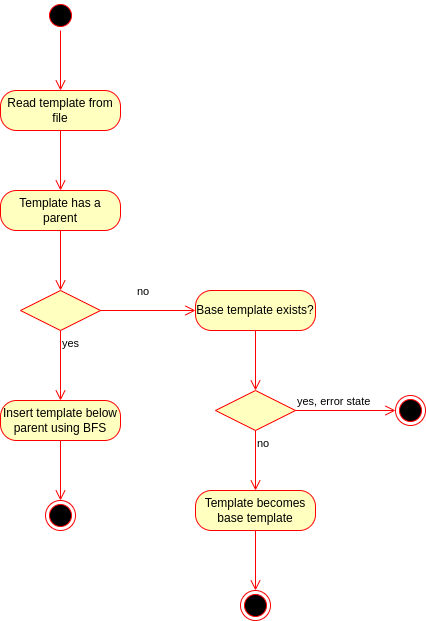
This is src/img/insert_template_acty.png from ThymoNL/thesis, a draw.io export, as it was before one commit. Source tidied: cells renumbered, new cells last; positions are measured from the earlier drawing's top-left corner, leaving out a move shared by most shapes.
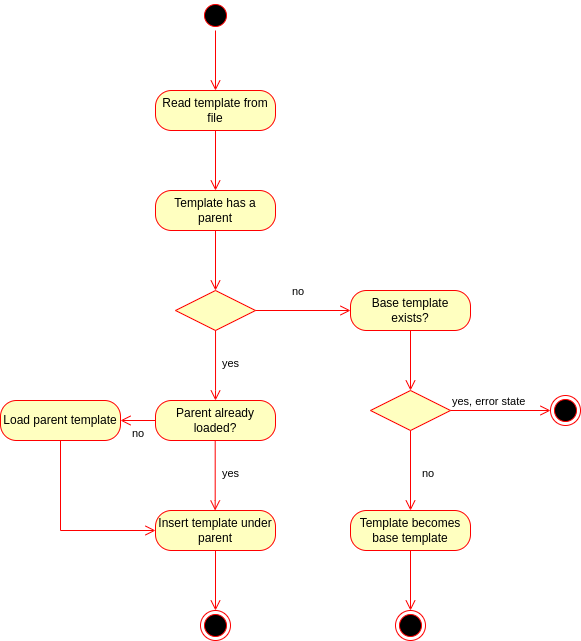
The same file after the commit.

Diff of the diagram source:
```diff
@@ -3,7 +3,7 @@
     <mxCell id="0" />
     <mxCell id="1" parent="0" />
     <mxCell id="2" style="ellipse;html=1;shape=endState;fillColor=#000000;strokeColor=#ff0000;" parent="1" vertex="1">
-      <mxGeometry x="240" y="590" width="30" height="30" as="geometry" />
+      <mxGeometry x="240" y="610" width="30" height="30" as="geometry" />
     </mxCell>
     <mxCell id="3" style="ellipse;html=1;shape=startState;fillColor=#000000;strokeColor=#ff0000;" parent="1" vertex="1">
       <mxGeometry x="45" width="30" height="30" as="geometry" />
@@ -36,14 +36,14 @@
       </mxGeometry>
     </mxCell>
     <mxCell id="11" value="yes" style="edgeStyle=orthogonalEdgeStyle;html=1;align=left;verticalAlign=top;endArrow=open;endSize=8;strokeColor=#ff0000;rounded=0;" parent="1" edge="1" source="9">
-      <mxGeometry x="-1" relative="1" as="geometry">
+      <mxGeometry x="-0.43" y="5" relative="1" as="geometry">
         <mxPoint x="60" y="400" as="targetPoint" />
         <Array as="points">
           <mxPoint x="60" y="390" />
         </Array>
       </mxGeometry>
     </mxCell>
-    <mxCell id="12" value="Base template exists?" style="rounded=1;whiteSpace=wrap;html=1;arcSize=40;fontColor=#000000;fillColor=#ffffc0;strokeColor=#ff0000;" parent="1" vertex="1">
+    <mxCell id="12" value="Base template&lt;br&gt;exists?" style="rounded=1;whiteSpace=wrap;html=1;arcSize=40;fontColor=#000000;fillColor=#ffffc0;strokeColor=#ff0000;" parent="1" vertex="1">
       <mxGeometry x="195" y="290" width="120" height="40" as="geometry" />
     </mxCell>
     <mxCell id="13" style="edgeStyle=orthogonalEdgeStyle;html=1;verticalAlign=bottom;endArrow=open;endSize=8;strokeColor=#ff0000;rounded=0;" parent="1" edge="1" source="12">
@@ -59,32 +59,55 @@
         <mxPoint x="395" y="410" as="targetPoint" />
       </mxGeometry>
     </mxCell>
-    <mxCell id="16" value="no" style="edgeStyle=orthogonalEdgeStyle;html=1;align=left;verticalAlign=top;endArrow=open;endSize=8;strokeColor=#ff0000;rounded=0;" parent="1" edge="1" source="14">
-      <mxGeometry x="-1" relative="1" as="geometry">
-        <mxPoint x="255" y="490" as="targetPoint" />
-      </mxGeometry>
+    <mxCell id="16" value="no" style="edgeStyle=orthogonalEdgeStyle;html=1;align=left;verticalAlign=top;endArrow=open;endSize=8;strokeColor=#ff0000;rounded=0;" parent="1" edge="1" source="14" target="18">
+      <mxGeometry x="-0.25" y="10" relative="1" as="geometry" />
     </mxCell>
     <mxCell id="17" style="ellipse;html=1;shape=endState;fillColor=#000000;strokeColor=#ff0000;" parent="1" vertex="1">
       <mxGeometry x="395" y="395" width="30" height="30" as="geometry" />
     </mxCell>
     <mxCell id="18" value="Template becomes base template" style="rounded=1;whiteSpace=wrap;html=1;arcSize=40;fontColor=#000000;fillColor=#ffffc0;strokeColor=#ff0000;" parent="1" vertex="1">
-      <mxGeometry x="195" y="490" width="120" height="40" as="geometry" />
+      <mxGeometry x="195" y="510" width="120" height="40" as="geometry" />
     </mxCell>
     <mxCell id="19" style="edgeStyle=orthogonalEdgeStyle;html=1;verticalAlign=bottom;endArrow=open;endSize=8;strokeColor=#ff0000;rounded=0;" parent="1" edge="1" source="18">
       <mxGeometry relative="1" as="geometry">
-        <mxPoint x="255" y="590" as="targetPoint" />
+        <mxPoint x="255" y="610" as="targetPoint" />
       </mxGeometry>
     </mxCell>
-    <mxCell id="20" value="Insert template below parent using BFS" style="rounded=1;whiteSpace=wrap;html=1;arcSize=40;fontColor=#000000;fillColor=#ffffc0;strokeColor=#ff0000;" parent="1" vertex="1">
-      <mxGeometry y="400" width="120" height="40" as="geometry" />
+    <mxCell id="20" value="Insert template under parent" style="rounded=1;whiteSpace=wrap;html=1;arcSize=40;fontColor=#000000;fillColor=#ffffc0;strokeColor=#ff0000;" parent="1" vertex="1">
+      <mxGeometry y="510" width="120" height="40" as="geometry" />
     </mxCell>
     <mxCell id="21" style="edgeStyle=orthogonalEdgeStyle;html=1;verticalAlign=bottom;endArrow=open;endSize=8;strokeColor=#ff0000;rounded=0;" parent="1" edge="1" source="20">
       <mxGeometry relative="1" as="geometry">
-        <mxPoint x="60" y="500" as="targetPoint" />
+        <mxPoint x="60" y="610" as="targetPoint" />
       </mxGeometry>
     </mxCell>
     <mxCell id="22" style="ellipse;html=1;shape=endState;fillColor=#000000;strokeColor=#ff0000;" parent="1" vertex="1">
-      <mxGeometry x="45" y="500" width="30" height="30" as="geometry" />
+      <mxGeometry x="45" y="610" width="30" height="30" as="geometry" />
     </mxCell>
+    <mxCell id="23" value="Parent already loaded?" style="rounded=1;whiteSpace=wrap;html=1;arcSize=40;fontColor=#000000;fillColor=#ffffc0;strokeColor=#ff0000;" parent="1" vertex="1">
+      <mxGeometry y="400" width="120" height="40" as="geometry" />
+    </mxCell>
+    <mxCell id="24" value="yes" style="edgeStyle=orthogonalEdgeStyle;html=1;align=left;verticalAlign=top;endArrow=open;endSize=8;strokeColor=#ff0000;rounded=0;" parent="1" edge="1">
+      <mxGeometry x="-0.43" y="5" relative="1" as="geometry">
+        <mxPoint x="59.7" y="440" as="sourcePoint" />
+        <mxPoint x="59.7" y="510" as="targetPoint" />
+        <Array as="points">
+          <mxPoint x="59.7" y="500" />
+        </Array>
+      </mxGeometry>
+    </mxCell>
+    <mxCell id="25" value="Load parent template" style="rounded=1;whiteSpace=wrap;html=1;arcSize=40;fontColor=#000000;fillColor=#ffffc0;strokeColor=#ff0000;" parent="1" vertex="1">
+      <mxGeometry x="-155" y="400" width="120" height="40" as="geometry" />
+    </mxCell>
+    <mxCell id="26" style="edgeStyle=orthogonalEdgeStyle;html=1;verticalAlign=bottom;endArrow=open;endSize=8;strokeColor=#ff0000;rounded=0;sourcePerimeterSpacing=0;targetPerimeterSpacing=0;jumpSize=6;entryX=0;entryY=0.5;entryDx=0;entryDy=0;exitX=0.5;exitY=1;exitDx=0;exitDy=0;" parent="1" edge="1" source="25" target="20">
+      <mxGeometry relative="1" as="geometry">
+        <Array as="points">
+          <mxPoint x="-95" y="530" />
+        </Array>
+      </mxGeometry>
+    </mxCell>
+    <mxCell id="27" value="no" style="edgeStyle=orthogonalEdgeStyle;html=1;align=left;verticalAlign=top;endArrow=open;endSize=8;strokeColor=#ff0000;rounded=0;" parent="1" edge="1" source="23" target="25">
+      <mxGeometry x="0.43" relative="1" as="geometry" />
+    </mxCell>
   </root>
 </mxGraphModel>
```
